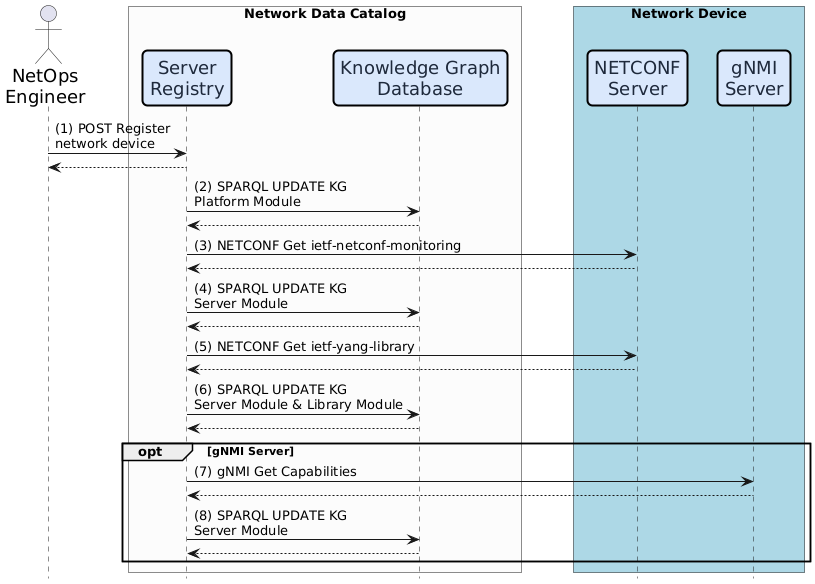
This is figures/server-registry-interactions.png from candil-data-fabric/network-data-catalog, a PlantUML export, as it was before one commit.
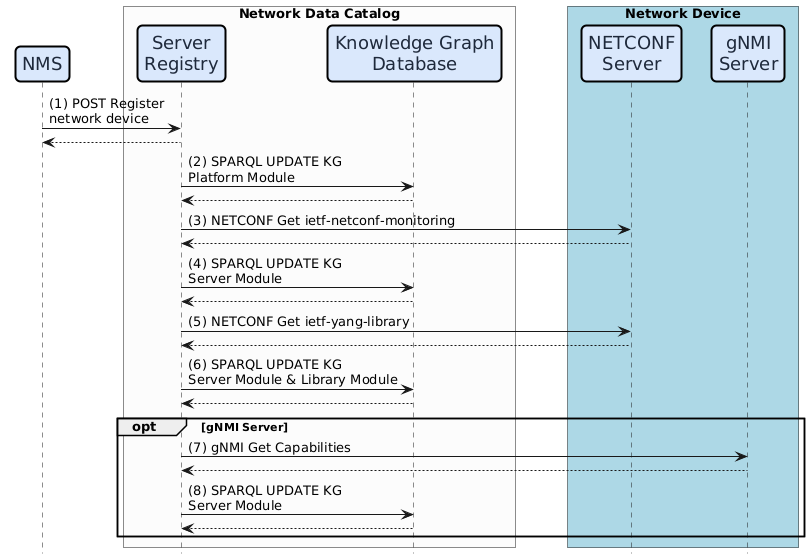
The same file after the commit.

Commit message:
Updates in server-registry

Diff of the diagram source:
```diff
@@ -20,7 +20,7 @@
 
 skinparam backgroundColor #FFFFFF
 
-actor "NetOps\nEngineer" as NetOps
+participant "NMS" as NMS
 
 box "Network Data Catalog" #FCFCFC
   participant "Server\nRegistry" as ServerRegistry
@@ -32,8 +32,8 @@
   participant "gNMI\nServer" as gNMI
 end box
 
-NetOps -> ServerRegistry : (1) POST Register\nnetwork device
-ServerRegistry --> NetOps
+NMS -> ServerRegistry : (1) POST Register\nnetwork device
+ServerRegistry --> NMS
 
 ServerRegistry -> KGDB : (2) SPARQL UPDATE KG\nPlatform Module
 KGDB --> ServerRegistry
```
